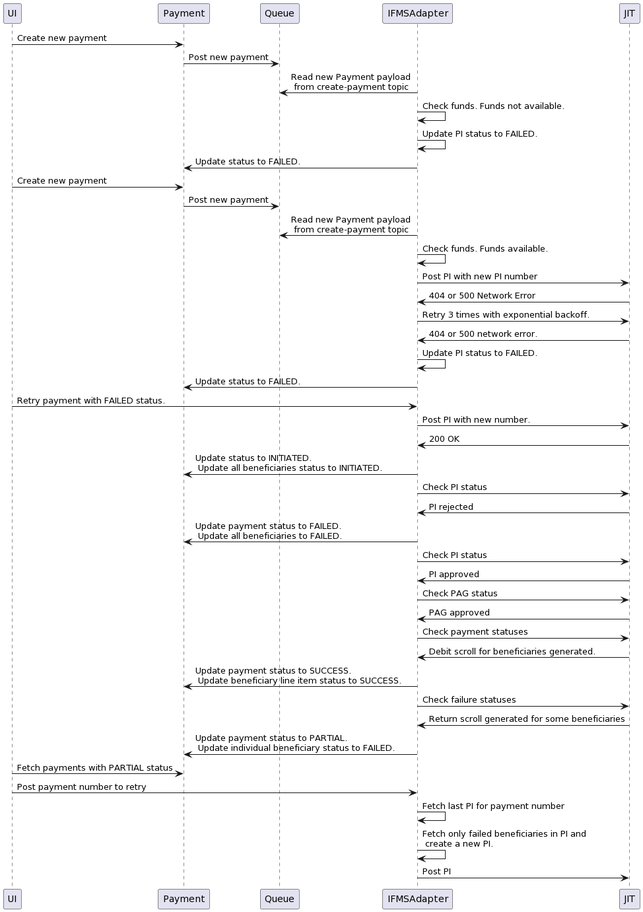
The PlantUML diagram .gitbook/assets/ErrorFlows.png in egovernments/Works-docs, before a commit.
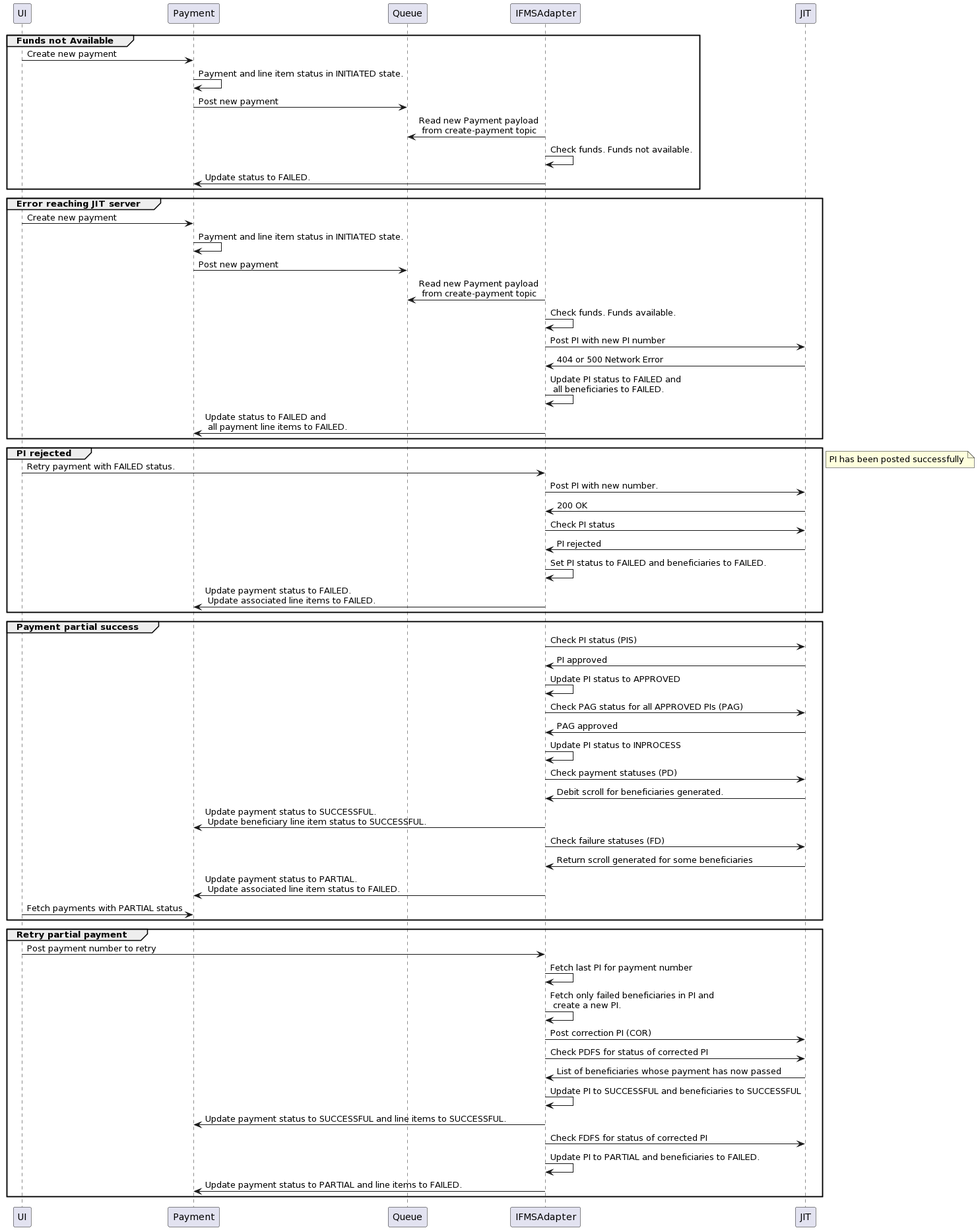
Later version of the same file.

What changed in the source:
```diff
@@ -5,47 +5,67 @@
 participant IFMSAdapter order 4
 participant JIT order 10
 
+group Funds not Available
 UI -> Payment: Create new payment
+Payment -> Payment: Payment and line item status in INITIATED state.
 Payment -> Queue: Post new payment
 IFMSAdapter-> Queue : Read new Payment payload \n from create-payment topic
 IFMSAdapter -> IFMSAdapter: Check funds. Funds not available.
-IFMSAdapter -> IFMSAdapter: Update PI status to FAILED.
 IFMSAdapter -> Payment: Update status to FAILED.
+end
 
+group Error reaching JIT server
 UI -> Payment: Create new payment
+Payment -> Payment: Payment and line item status in INITIATED state.
 Payment -> Queue: Post new payment
 IFMSAdapter-> Queue : Read new Payment payload \n from create-payment topic
 IFMSAdapter -> IFMSAdapter: Check funds. Funds available.
 IFMSAdapter -> JIT : Post PI with new PI number
 JIT -> IFMSAdapter : 404 or 500 Network Error
-IFMSAdapter -> JIT : Retry 3 times with exponential backoff.
-JIT -> IFMSAdapter : 404 or 500 network error.
-IFMSAdapter -> IFMSAdapter: Update PI status to FAILED.
-IFMSAdapter -> Payment: Update status to FAILED.
+IFMSAdapter -> IFMSAdapter: Update PI status to FAILED and \n all beneficiaries to FAILED.
+IFMSAdapter -> Payment: Update status to FAILED and \n all payment line items to FAILED.
+end
 
+group PI rejected
 UI -> IFMSAdapter: Retry payment with FAILED status.
 IFMSAdapter -> JIT : Post PI with new number.
 JIT -> IFMSAdapter: 200 OK
-IFMSAdapter -> Payment: Update status to INITIATED.\n Update all beneficiaries status to INITIATED.
-
 IFMSAdapter -> JIT : Check PI status
 JIT -> IFMSAdapter: PI rejected
-IFMSAdapter -> Payment: Update payment status to FAILED.\n Update all beneficiaries to FAILED.
+IFMSAdapter -> IFMSAdapter: Set PI status to FAILED and beneficiaries to FAILED.
+IFMSAdapter -> Payment: Update payment status to FAILED.\n Update associated line items to FAILED.
+end
 
-IFMSAdapter -> JIT : Check PI status
+note left
+PI has been posted successfully
+end note
+group Payment partial success
+IFMSAdapter -> JIT : Check PI status (PIS)
 JIT -> IFMSAdapter: PI approved
-IFMSAdapter -> JIT : Check PAG status
+IFMSAdapter -> IFMSAdapter: Update PI status to APPROVED
+IFMSAdapter -> JIT : Check PAG status for all APPROVED PIs (PAG)
 JIT -> IFMSAdapter: PAG approved
-IFMSAdapter -> JIT: Check payment statuses
+IFMSAdapter -> IFMSAdapter: Update PI status to INPROCESS
+IFMSAdapter -> JIT: Check payment statuses (PD)
 JIT -> IFMSAdapter: Debit scroll for beneficiaries generated.
-IFMSAdapter -> Payment: Update payment status to SUCCESS. \n Update beneficiary line item status to SUCCESS.
-IFMSAdapter -> JIT: Check failure statuses
+IFMSAdapter -> Payment: Update payment status to SUCCESSFUL. \n Update beneficiary line item status to SUCCESSFUL.
+IFMSAdapter -> JIT: Check failure statuses (FD)
 JIT -> IFMSAdapter: Return scroll generated for some beneficiaries
-IFMSAdapter -> Payment: Update payment status to PARTIAL.\n Update individual beneficiary status to FAILED.
+IFMSAdapter -> Payment: Update payment status to PARTIAL.\n Update associated line item status to FAILED.
+UI -> Payment: Fetch payments with PARTIAL status
+end
 
-UI -> Payment: Fetch payments with PARTIAL status
+group Retry partial payment
 UI -> IFMSAdapter: Post payment number to retry
 IFMSAdapter -> IFMSAdapter: Fetch last PI for payment number
 IFMSAdapter -> IFMSAdapter: Fetch only failed beneficiaries in PI and \n create a new PI.
-IFMSAdapter -> JIT: Post PI
+IFMSAdapter -> JIT: Post correction PI (COR)
+IFMSAdapter -> JIT: Check PDFS for status of corrected PI
+JIT -> IFMSAdapter: List of beneficiaries whose payment has now passed
+IFMSAdapter -> IFMSAdapter: Update PI to SUCCESSFUL and beneficiaries to SUCCESSFUL
+IFMSAdapter -> Payment: Update payment status to SUCCESSFUL and line items to SUCCESSFUL.
+IFMSAdapter -> JIT: Check FDFS for status of corrected PI
+IFMSAdapter -> IFMSAdapter: Update PI to PARTIAL and beneficiaries to FAILED.
+IFMSAdapter -> Payment: Update payment status to PARTIAL and line items to FAILED.
+end
 @enduml
```
